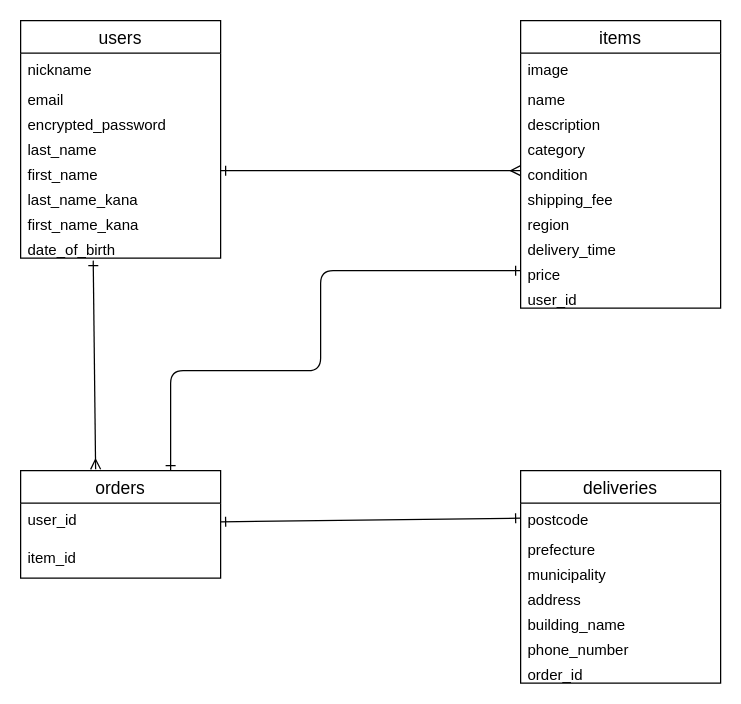
This is furima.dio from ryosuke2012/furima-38615, a draw.io file, before an edit. Source tidied: cells renumbered, new cells numbered last; positions are measured from the earlier drawing's top-left corner, leaving out a move shared by most shapes. Both pictures are drawn from the tidied source at 125%, with x=0, y=0 at pixel (20, 20).
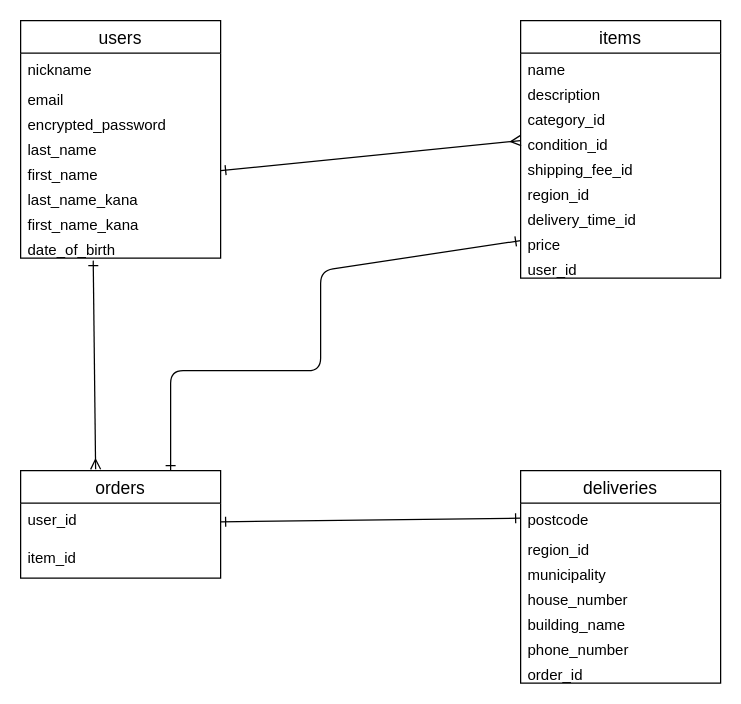
The same page after the edit.

Commit message (it also covers changes not shown here):
ER図、READMEの作成2

The change refers to these unchanged cells:
```xml
<mxCell id="26" value="deliveries" style="swimlane;fontStyle=0;horizontal=1;startSize=26;align=center;fontSize=14;" parent="1" vertex="1">
  <mxGeometry x="400" y="360" width="160" height="170" as="geometry" />
</mxCell>
```

The edit, as a diff of the source:
```diff
@@
     <mxCell id="11" value="items" style="swimlane;fontStyle=0;horizontal=1;startSize=26;align=center;fontSize=14;" parent="1" vertex="1">
-      <mxGeometry x="400" width="160" height="230" as="geometry" />
+      <mxGeometry x="400" width="160" height="206" as="geometry" />
     </mxCell>
-    <mxCell id="12" value="image" style="text;strokeColor=none;fillColor=none;spacingLeft=4;spacingRight=4;overflow=hidden;fontSize=12;" parent="11" vertex="1">
-      <mxGeometry y="26" width="160" height="24" as="geometry" />
-    </mxCell>
     <mxCell id="13" value="name" style="text;strokeColor=none;fillColor=none;spacingLeft=4;spacingRight=4;overflow=hidden;fontSize=12;" parent="11" vertex="1">
-      <mxGeometry y="50" width="160" height="20" as="geometry" />
+      <mxGeometry y="26" width="160" height="20" as="geometry" />
     </mxCell>
     <mxCell id="14" value="description" style="text;strokeColor=none;fillColor=none;spacingLeft=4;spacingRight=4;overflow=hidden;fontSize=12;" parent="11" vertex="1">
-      <mxGeometry y="70" width="160" height="20" as="geometry" />
+      <mxGeometry y="46" width="160" height="20" as="geometry" />
     </mxCell>
-    <mxCell id="15" value="category" style="text;strokeColor=none;fillColor=none;spacingLeft=4;spacingRight=4;overflow=hidden;fontSize=12;" parent="11" vertex="1">
-      <mxGeometry y="90" width="160" height="20" as="geometry" />
+    <mxCell id="15" value="category_id" style="text;strokeColor=none;fillColor=none;spacingLeft=4;spacingRight=4;overflow=hidden;fontSize=12;" parent="11" vertex="1">
+      <mxGeometry y="66" width="160" height="20" as="geometry" />
     </mxCell>
-    <mxCell id="16" value="condition" style="text;strokeColor=none;fillColor=none;spacingLeft=4;spacingRight=4;overflow=hidden;points=[[0,0.5],[1,0.5]];portConstraint=eastwest;fontSize=12;" parent="11" vertex="1">
-      <mxGeometry y="110" width="160" height="20" as="geometry" />
+    <mxCell id="16" value="condition_id" style="text;strokeColor=none;fillColor=none;spacingLeft=4;spacingRight=4;overflow=hidden;points=[[0,0.5],[1,0.5]];portConstraint=eastwest;fontSize=12;" parent="11" vertex="1">
+      <mxGeometry y="86" width="160" height="20" as="geometry" />
     </mxCell>
-    <mxCell id="17" value="shipping_fee" style="text;strokeColor=none;fillColor=none;spacingLeft=4;spacingRight=4;overflow=hidden;fontSize=12;" parent="11" vertex="1">
-      <mxGeometry y="130" width="160" height="20" as="geometry" />
+    <mxCell id="17" value="shipping_fee_id" style="text;strokeColor=none;fillColor=none;spacingLeft=4;spacingRight=4;overflow=hidden;fontSize=12;" parent="11" vertex="1">
+      <mxGeometry y="106" width="160" height="20" as="geometry" />
     </mxCell>
-    <mxCell id="18" value="region" style="text;strokeColor=none;fillColor=none;spacingLeft=4;spacingRight=4;overflow=hidden;fontSize=12;" parent="11" vertex="1">
-      <mxGeometry y="150" width="160" height="20" as="geometry" />
+    <mxCell id="18" value="region_id" style="text;strokeColor=none;fillColor=none;spacingLeft=4;spacingRight=4;overflow=hidden;fontSize=12;" parent="11" vertex="1">
+      <mxGeometry y="126" width="160" height="20" as="geometry" />
     </mxCell>
-    <mxCell id="19" value="delivery_time" style="text;strokeColor=none;fillColor=none;spacingLeft=4;spacingRight=4;overflow=hidden;fontSize=12;" parent="11" vertex="1">
-      <mxGeometry y="170" width="160" height="20" as="geometry" />
+    <mxCell id="19" value="delivery_time_id" style="text;strokeColor=none;fillColor=none;spacingLeft=4;spacingRight=4;overflow=hidden;fontSize=12;" parent="11" vertex="1">
+      <mxGeometry y="146" width="160" height="20" as="geometry" />
     </mxCell>
     <mxCell id="20" value="price" style="text;strokeColor=none;fillColor=none;spacingLeft=4;spacingRight=4;overflow=hidden;points=[[0,0.5],[1,0.5]];portConstraint=eastwest;fontSize=12;" parent="11" vertex="1">
-      <mxGeometry y="190" width="160" height="20" as="geometry" />
+      <mxGeometry y="166" width="160" height="20" as="geometry" />
     </mxCell>
     <mxCell id="21" value="user_id" style="text;strokeColor=none;fillColor=none;spacingLeft=4;spacingRight=4;overflow=hidden;fontSize=12;" parent="11" vertex="1">
-      <mxGeometry y="210" width="160" height="20" as="geometry" />
+      <mxGeometry y="186" width="160" height="20" as="geometry" />
     </mxCell>
@@
-    <mxCell id="28" value="prefecture" style="text;strokeColor=none;fillColor=none;spacingLeft=4;spacingRight=4;overflow=hidden;fontSize=12;" parent="26" vertex="1">
+    <mxCell id="28" value="region_id" style="text;strokeColor=none;fillColor=none;spacingLeft=4;spacingRight=4;overflow=hidden;fontSize=12;" parent="26" vertex="1">
       <mxGeometry y="50" width="160" height="20" as="geometry" />
     </mxCell>
@@
-    <mxCell id="30" value="address" style="text;strokeColor=none;fillColor=none;spacingLeft=4;spacingRight=4;overflow=hidden;fontSize=12;" parent="26" vertex="1">
+    <mxCell id="30" value="house_number" style="text;strokeColor=none;fillColor=none;spacingLeft=4;spacingRight=4;overflow=hidden;fontSize=12;" parent="26" vertex="1">
       <mxGeometry y="90" width="160" height="20" as="geometry" />
     </mxCell>
```
